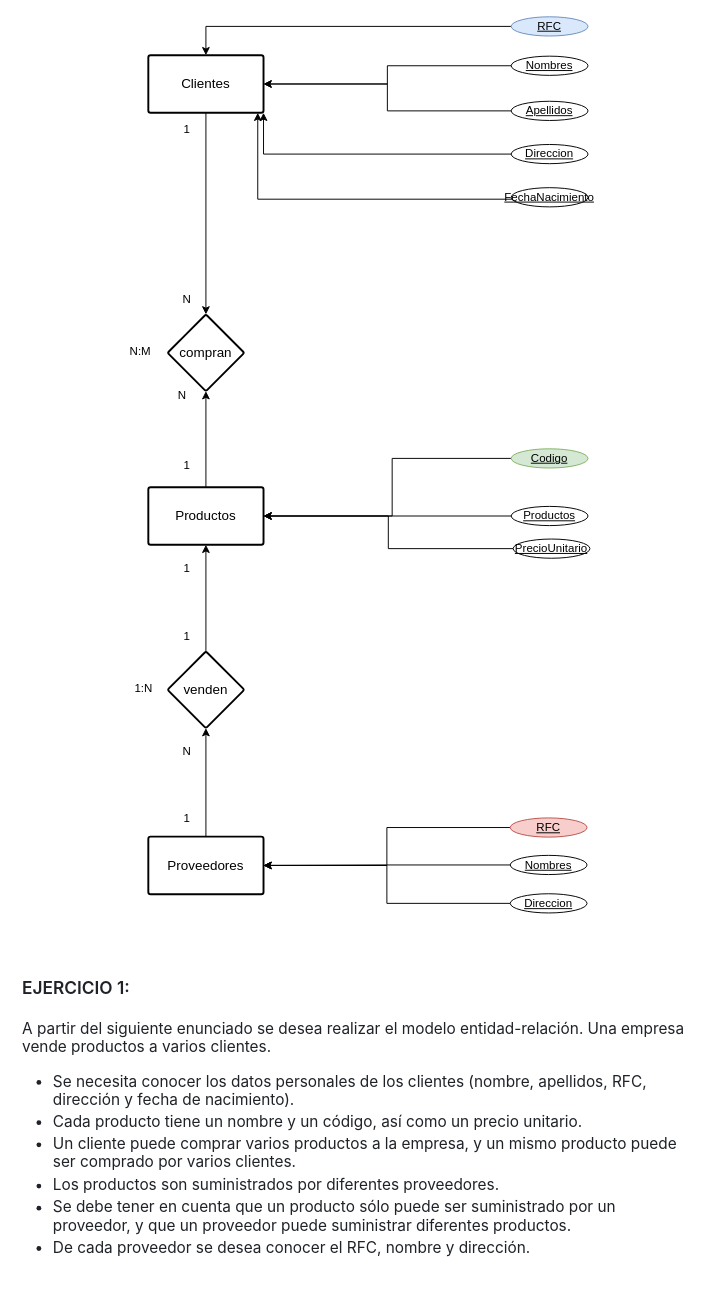
Earlier version of the draw.io diagram page "Ejercicio 1" (1 of 2) of Diagrama sin título.drawio (ErickCst/basesDatos). Source tidied: cells renumbered, new cells numbered last; positions are measured from the earlier drawing's top-left corner, leaving out a move shared by most shapes. Both pictures are drawn from the tidied source at 96%, with x=0, y=0 at pixel (16, 16).
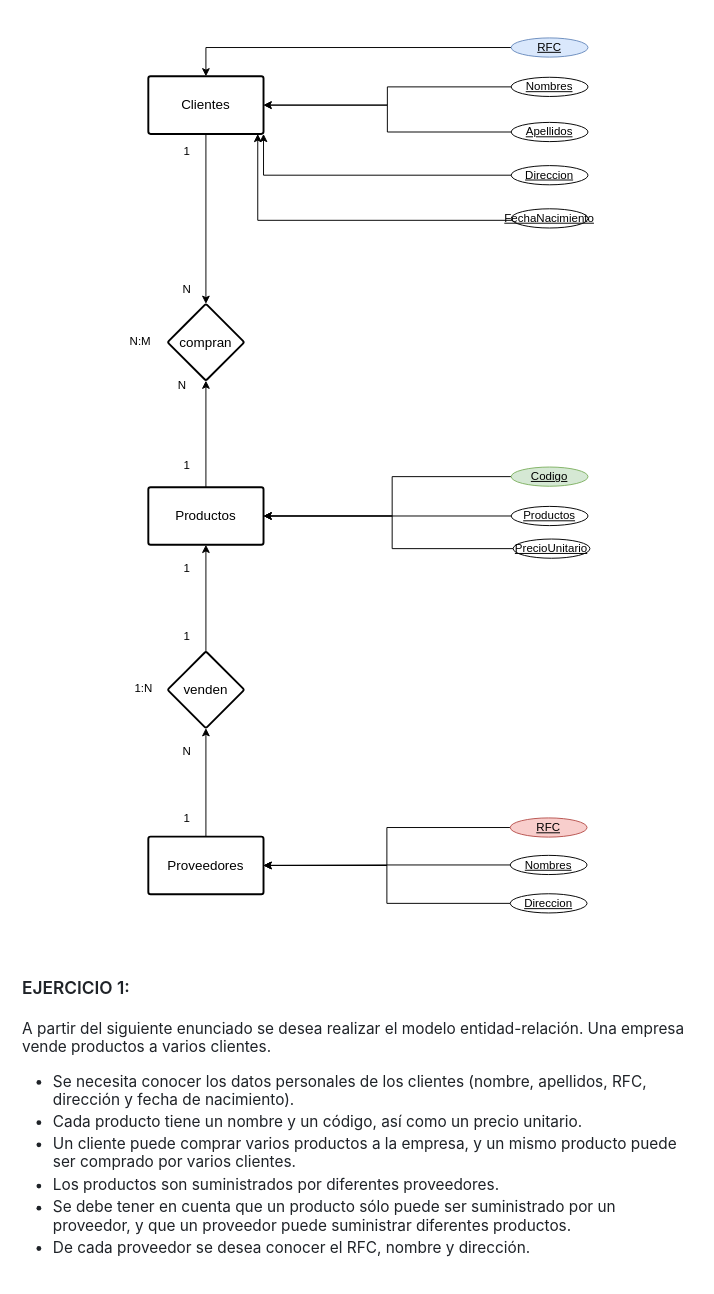
After the change.

Unchanged cells that the change refers to:
```xml
<mxCell id="8" value="Productos" style="whiteSpace=wrap;html=1;fontSize=14;fontStyle=0;startSize=50;rounded=1;strokeWidth=2;shadow=0;dashed=0;arcSize=4;" parent="1" vertex="1">
  <mxGeometry x="137" y="490" width="120" height="60" as="geometry" />
</mxCell>
<mxCell id="31" value="Productos" style="ellipse;whiteSpace=wrap;html=1;align=center;fontStyle=4;" parent="1" vertex="1">
  <mxGeometry x="515" y="510" width="80" height="20" as="geometry" />
</mxCell>
<mxCell id="32" value="PrecioUnitario" style="ellipse;whiteSpace=wrap;html=1;align=center;fontStyle=4;" parent="1" vertex="1">
  <mxGeometry x="517" y="544" width="80" height="20" as="geometry" />
</mxCell>
```

The edit, as a diff of the source:
```diff
@@
     <mxCell id="3" value="RFC" style="ellipse;whiteSpace=wrap;html=1;align=center;fontStyle=4;fillColor=#dae8fc;strokeColor=#6c8ebf;" parent="1" vertex="1">
-      <mxGeometry x="515" width="80" height="20" as="geometry" />
+      <mxGeometry x="515" y="22" width="80" height="20" as="geometry" />
     </mxCell>
@@
     <mxCell id="6" value="compran" style="rhombus;whiteSpace=wrap;html=1;fontSize=14;fontStyle=0;startSize=50;rounded=1;strokeWidth=2;shadow=0;dashed=0;arcSize=4;" parent="1" vertex="1">
-      <mxGeometry x="157" y="310" width="80" height="80" as="geometry" />
+      <mxGeometry x="157" y="299" width="80" height="80" as="geometry" />
     </mxCell>
@@
     <mxCell id="12" value="Clientes" style="whiteSpace=wrap;html=1;fontSize=14;fontStyle=0;startSize=50;rounded=1;strokeWidth=2;shadow=0;dashed=0;arcSize=4;" parent="1" vertex="1">
-      <mxGeometry x="137" y="40" width="120" height="60" as="geometry" />
+      <mxGeometry x="137" y="62" width="120" height="60" as="geometry" />
     </mxCell>
     <mxCell id="13" value="1" style="text;html=1;align=center;verticalAlign=middle;strokeColor=none;fillColor=none;" parent="1" vertex="1">
-      <mxGeometry x="162" y="103" width="30" height="30" as="geometry" />
+      <mxGeometry x="162" y="125" width="30" height="30" as="geometry" />
     </mxCell>
     <mxCell id="14" style="edgeStyle=orthogonalEdgeStyle;rounded=0;jettySize=auto;html=1;" parent="1" edge="1" source="15" target="12">
       <mxGeometry relative="1" as="geometry">
         <Array as="points">
-          <mxPoint x="251" y="190" />
+          <mxPoint x="251" y="212" />
         </Array>
       </mxGeometry>
     </mxCell>
     <mxCell id="15" value="FechaNacimiento" style="ellipse;whiteSpace=wrap;html=1;align=center;fontStyle=4;" parent="1" vertex="1">
-      <mxGeometry x="515" y="178" width="80" height="20" as="geometry" />
+      <mxGeometry x="515" y="200" width="80" height="20" as="geometry" />
     </mxCell>
     <mxCell id="16" style="edgeStyle=orthogonalEdgeStyle;rounded=0;jettySize=auto;html=1;" parent="1" edge="1" source="17" target="12">
       <mxGeometry relative="1" as="geometry">
         <Array as="points">
-          <mxPoint x="257" y="143" />
+          <mxPoint x="257" y="165" />
         </Array>
       </mxGeometry>
     </mxCell>
     <mxCell id="17" value="Direccion" style="ellipse;whiteSpace=wrap;html=1;align=center;fontStyle=4;" parent="1" vertex="1">
-      <mxGeometry x="515" y="133" width="80" height="20" as="geometry" />
+      <mxGeometry x="515" y="155" width="80" height="20" as="geometry" />
     </mxCell>
@@
     <mxCell id="19" value="Apellidos&lt;br&gt;" style="ellipse;whiteSpace=wrap;html=1;align=center;fontStyle=4;" parent="1" vertex="1">
-      <mxGeometry x="515" y="88" width="80" height="20" as="geometry" />
+      <mxGeometry x="515" y="110" width="80" height="20" as="geometry" />
     </mxCell>
@@
     <mxCell id="21" value="Nombres" style="ellipse;whiteSpace=wrap;html=1;align=center;fontStyle=4;" parent="1" vertex="1">
-      <mxGeometry x="515" y="41" width="80" height="20" as="geometry" />
+      <mxGeometry x="515" y="63" width="80" height="20" as="geometry" />
     </mxCell>
@@
     <mxCell id="28" style="edgeStyle=orthogonalEdgeStyle;rounded=0;jettySize=auto;html=1;exitX=0;exitY=0.5;exitDx=0;exitDy=0;" parent="1" edge="1" source="29" target="8">
       <mxGeometry relative="1" as="geometry">
         <Array as="points">
-          <mxPoint x="391" y="460" />
+          <mxPoint x="391" y="479" />
           <mxPoint x="391" y="520" />
         </Array>
       </mxGeometry>
     </mxCell>
     <mxCell id="29" value="Codigo" style="ellipse;whiteSpace=wrap;html=1;align=center;fontStyle=4;fillColor=#d5e8d4;strokeColor=#82b366;" parent="1" vertex="1">
-      <mxGeometry x="515" y="450" width="80" height="20" as="geometry" />
+      <mxGeometry x="515" y="469" width="80" height="20" as="geometry" />
     </mxCell>
-    <mxCell id="30" style="edgeStyle=orthogonalEdgeStyle;rounded=0;jettySize=auto;html=1;" parent="1" edge="1" source="31" target="8">
-      <mxGeometry relative="1" as="geometry" />
+    <mxCell id="30" style="edgeStyle=orthogonalEdgeStyle;rounded=0;orthogonalLoop=1;jettySize=auto;html=1;" parent="1" edge="1">
+      <mxGeometry relative="1" as="geometry">
+        <mxPoint x="515" y="520" as="sourcePoint" />
+        <mxPoint x="257" y="520" as="targetPoint" />
+      </mxGeometry>
     </mxCell>
@@
     <mxCell id="33" value="N" style="text;html=1;align=center;verticalAlign=middle;strokeColor=none;fillColor=none;" parent="1" vertex="1">
-      <mxGeometry x="162" y="280" width="30" height="30" as="geometry" />
+      <mxGeometry x="162" y="269" width="30" height="30" as="geometry" />
     </mxCell>
     <mxCell id="34" style="edgeStyle=orthogonalEdgeStyle;rounded=0;jettySize=auto;html=1;" parent="1" edge="1" source="32" target="8">
-      <mxGeometry relative="1" as="geometry" />
+      <mxGeometry relative="1" as="geometry">
+        <Array as="points">
+          <mxPoint x="391" y="554" />
+          <mxPoint x="391" y="520" />
+        </Array>
+      </mxGeometry>
     </mxCell>
     <mxCell id="35" value="N:M" style="text;strokeColor=none;fillColor=none;spacingLeft=4;spacingRight=4;overflow=hidden;fontSize=12;whiteSpace=wrap;html=1;" parent="1" vertex="1">
-      <mxGeometry x="112" y="335" width="40" height="30" as="geometry" />
+      <mxGeometry x="112" y="324" width="40" height="30" as="geometry" />
     </mxCell>
     <mxCell id="36" value="N" style="text;html=1;align=center;verticalAlign=middle;strokeColor=none;fillColor=none;" parent="1" vertex="1">
-      <mxGeometry x="157" y="380" width="30" height="30" as="geometry" />
+      <mxGeometry x="157" y="369" width="30" height="30" as="geometry" />
     </mxCell>
@@
-    <mxCell id="43" value="&#10;&lt;h2 style=&quot;box-sizing: border-box; margin-bottom: 16px; font-size: 1.5em; font-weight: var(--base-text-weight-semibold, 600); line-height: 1.25; padding-bottom: 0.3em; border-bottom: 1px solid var(--borderColor-muted, var(--color-border-muted)); color: rgb(31, 35, 40); font-family: -apple-system, BlinkMacSystemFont, &amp;quot;Segoe UI&amp;quot;, &amp;quot;Noto Sans&amp;quot;, Helvetica, Arial, sans-serif, &amp;quot;Apple Color Emoji&amp;quot;, &amp;quot;Segoe UI Emoji&amp;quot;; font-style: normal; font-variant-ligatures: normal; font-variant-caps: normal; letter-spacing: normal; orphans: 2; text-align: start; text-indent: 0px; text-transform: none; widows: 2; word-spacing: 0px; -webkit-text-stroke-width: 0px; background-color: rgb(255, 255, 255); text-decoration-thickness: initial; text-decoration-style: initial; text-decoration-color: initial; margin-top: 0px !important;&quot; dir=&quot;auto&quot; tabindex=&quot;-1&quot;&gt;EJERCICIO 1:&lt;/h2&gt;&lt;p style=&quot;box-sizing: border-box; margin-top: 0px; margin-bottom: 16px; color: rgb(31, 35, 40); font-family: -apple-system, BlinkMacSystemFont, &amp;quot;Segoe UI&amp;quot;, &amp;quot;Noto Sans&amp;quot;, Helvetica, Arial, sans-serif, &amp;quot;Apple Color Emoji&amp;quot;, &amp;quot;Segoe UI Emoji&amp;quot;; font-size: 16px; font-style: normal; font-variant-ligatures: normal; font-variant-caps: normal; font-weight: 400; letter-spacing: normal; orphans: 2; text-align: start; text-indent: 0px; text-transform: none; widows: 2; word-spacing: 0px; -webkit-text-stroke-width: 0px; background-color: rgb(255, 255, 255); text-decoration-thickness: initial; text-decoration-style: initial; text-decoration-color: initial;&quot; dir=&quot;auto&quot;&gt;A partir del siguiente enunciado se desea realizar el modelo entidad-relación. Una empresa vende productos a varios clientes.&lt;/p&gt;&lt;ul style=&quot;box-sizing: border-box; padding-left: 2em; margin-top: 0px; margin-bottom: 16px; color: rgb(31, 35, 40); font-family: -apple-system, BlinkMacSystemFont, &amp;quot;Segoe UI&amp;quot;, &amp;quot;Noto Sans&amp;quot;, Helvetica, Arial, sans-serif, &amp;quot;Apple Color Emoji&amp;quot;, &amp;quot;Segoe UI Emoji&amp;quot;; font-size: 16px; font-style: normal; font-variant-ligatures: normal; font-variant-caps: normal; font-weight: 400; letter-spacing: normal; orphans: 2; text-align: start; text-indent: 0px; text-transform: none; widows: 2; word-spacing: 0px; -webkit-text-stroke-width: 0px; background-color: rgb(255, 255, 255); text-decoration-thickness: initial; text-decoration-style: initial; text-decoration-color: initial;&quot; dir=&quot;auto&quot;&gt;&lt;li style=&quot;box-sizing: border-box;&quot;&gt;Se necesita conocer los datos personales de los clientes (nombre, apellidos, RFC, dirección y fecha de nacimiento).&lt;/li&gt;&lt;li style=&quot;box-sizing: border-box; margin-top: 0.25em;&quot;&gt;Cada producto tiene un nombre y un código, así como un precio unitario.&lt;/li&gt;&lt;li style=&quot;box-sizing: border-box; margin-top: 0.25em;&quot;&gt;Un cliente puede comprar varios productos a la empresa, y un mismo producto puede ser comprado por varios clientes.&lt;/li&gt;&lt;li style=&quot;box-sizing: border-box; margin-top: 0.25em;&quot;&gt;Los productos son suministrados por diferentes proveedores.&lt;/li&gt;&lt;li style=&quot;box-sizing: border-box; margin-top: 0.25em;&quot;&gt;Se debe tener en cuenta que un producto sólo puede ser suministrado por un proveedor, y que un proveedor puede suministrar diferentes productos.&lt;/li&gt;&lt;li style=&quot;box-sizing: border-box; margin-top: 0.25em;&quot;&gt;De cada proveedor se desea conocer el RFC, nombre y dirección.&lt;/li&gt;&lt;/ul&gt;&#10;&#10;" style="text;strokeColor=none;fillColor=none;spacingLeft=4;spacingRight=4;overflow=hidden;fontSize=12;whiteSpace=wrap;html=1;" parent="1" vertex="1">
+    <mxCell id="43" value="&lt;br&gt;&lt;h2 style=&quot;box-sizing: border-box; margin-bottom: 16px; font-size: 1.5em; font-weight: var(--base-text-weight-semibold, 600); line-height: 1.25; padding-bottom: 0.3em; border-bottom: 1px solid var(--borderColor-muted, var(--color-border-muted)); color: rgb(31, 35, 40); font-family: -apple-system, BlinkMacSystemFont, &amp;quot;Segoe UI&amp;quot;, &amp;quot;Noto Sans&amp;quot;, Helvetica, Arial, sans-serif, &amp;quot;Apple Color Emoji&amp;quot;, &amp;quot;Segoe UI Emoji&amp;quot;; font-style: normal; font-variant-ligatures: normal; font-variant-caps: normal; letter-spacing: normal; orphans: 2; text-align: start; text-indent: 0px; text-transform: none; widows: 2; word-spacing: 0px; -webkit-text-stroke-width: 0px; text-decoration-thickness: initial; text-decoration-style: initial; text-decoration-color: initial; margin-top: 0px !important;&quot; dir=&quot;auto&quot; tabindex=&quot;-1&quot;&gt;EJERCICIO 1:&lt;/h2&gt;&lt;p style=&quot;box-sizing: border-box; margin-top: 0px; margin-bottom: 16px; color: rgb(31, 35, 40); font-family: -apple-system, BlinkMacSystemFont, &amp;quot;Segoe UI&amp;quot;, &amp;quot;Noto Sans&amp;quot;, Helvetica, Arial, sans-serif, &amp;quot;Apple Color Emoji&amp;quot;, &amp;quot;Segoe UI Emoji&amp;quot;; font-size: 16px; font-style: normal; font-variant-ligatures: normal; font-variant-caps: normal; font-weight: 400; letter-spacing: normal; orphans: 2; text-align: start; text-indent: 0px; text-transform: none; widows: 2; word-spacing: 0px; -webkit-text-stroke-width: 0px; text-decoration-thickness: initial; text-decoration-style: initial; text-decoration-color: initial;&quot; dir=&quot;auto&quot;&gt;A partir del siguiente enunciado se desea realizar el modelo entidad-relación. Una empresa vende productos a varios clientes.&lt;/p&gt;&lt;ul style=&quot;box-sizing: border-box; padding-left: 2em; margin-top: 0px; margin-bottom: 16px; color: rgb(31, 35, 40); font-family: -apple-system, BlinkMacSystemFont, &amp;quot;Segoe UI&amp;quot;, &amp;quot;Noto Sans&amp;quot;, Helvetica, Arial, sans-serif, &amp;quot;Apple Color Emoji&amp;quot;, &amp;quot;Segoe UI Emoji&amp;quot;; font-size: 16px; font-style: normal; font-variant-ligatures: normal; font-variant-caps: normal; font-weight: 400; letter-spacing: normal; orphans: 2; text-align: start; text-indent: 0px; text-transform: none; widows: 2; word-spacing: 0px; -webkit-text-stroke-width: 0px; text-decoration-thickness: initial; text-decoration-style: initial; text-decoration-color: initial;&quot; dir=&quot;auto&quot;&gt;&lt;li style=&quot;box-sizing: border-box;&quot;&gt;Se necesita conocer los datos personales de los clientes (nombre, apellidos, RFC, dirección y fecha de nacimiento).&lt;/li&gt;&lt;li style=&quot;box-sizing: border-box; margin-top: 0.25em;&quot;&gt;Cada producto tiene un nombre y un código, así como un precio unitario.&lt;/li&gt;&lt;li style=&quot;box-sizing: border-box; margin-top: 0.25em;&quot;&gt;Un cliente puede comprar varios productos a la empresa, y un mismo producto puede ser comprado por varios clientes.&lt;/li&gt;&lt;li style=&quot;box-sizing: border-box; margin-top: 0.25em;&quot;&gt;Los productos son suministrados por diferentes proveedores.&lt;/li&gt;&lt;li style=&quot;box-sizing: border-box; margin-top: 0.25em;&quot;&gt;Se debe tener en cuenta que un producto sólo puede ser suministrado por un proveedor, y que un proveedor puede suministrar diferentes productos.&lt;/li&gt;&lt;li style=&quot;box-sizing: border-box; margin-top: 0.25em;&quot;&gt;De cada proveedor se desea conocer el RFC, nombre y dirección.&lt;/li&gt;&lt;/ul&gt;&lt;br&gt;" style="text;strokeColor=none;fillColor=none;spacingLeft=4;spacingRight=4;overflow=hidden;fontSize=12;whiteSpace=wrap;html=1;" parent="1" vertex="1">
       <mxGeometry y="980" width="710" height="330" as="geometry" />
     </mxCell>
```
